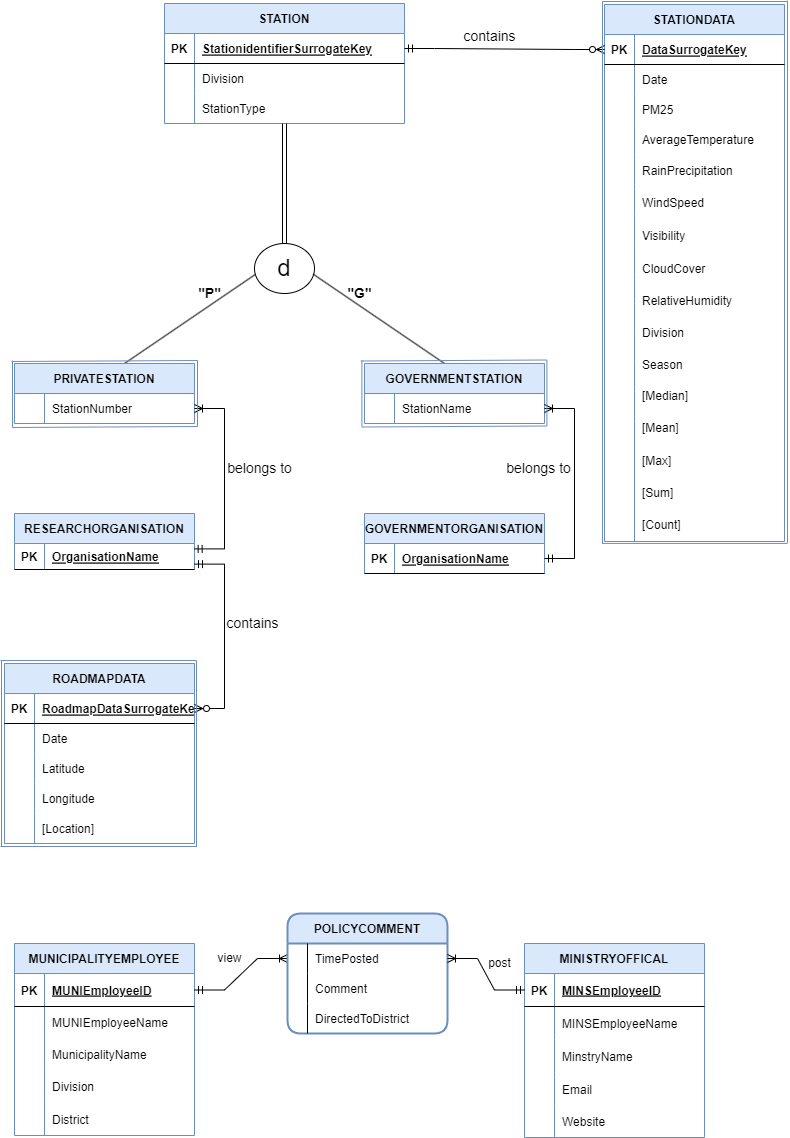
Earlier version of the draw.io export ERDFinal.drawio.png (toushifhossain1/AirQualityMonitoringOfBangladesh). Source tidied: cells renumbered, new cells last; positions are measured from the earlier drawing's top-left corner, leaving out a move shared by most shapes.
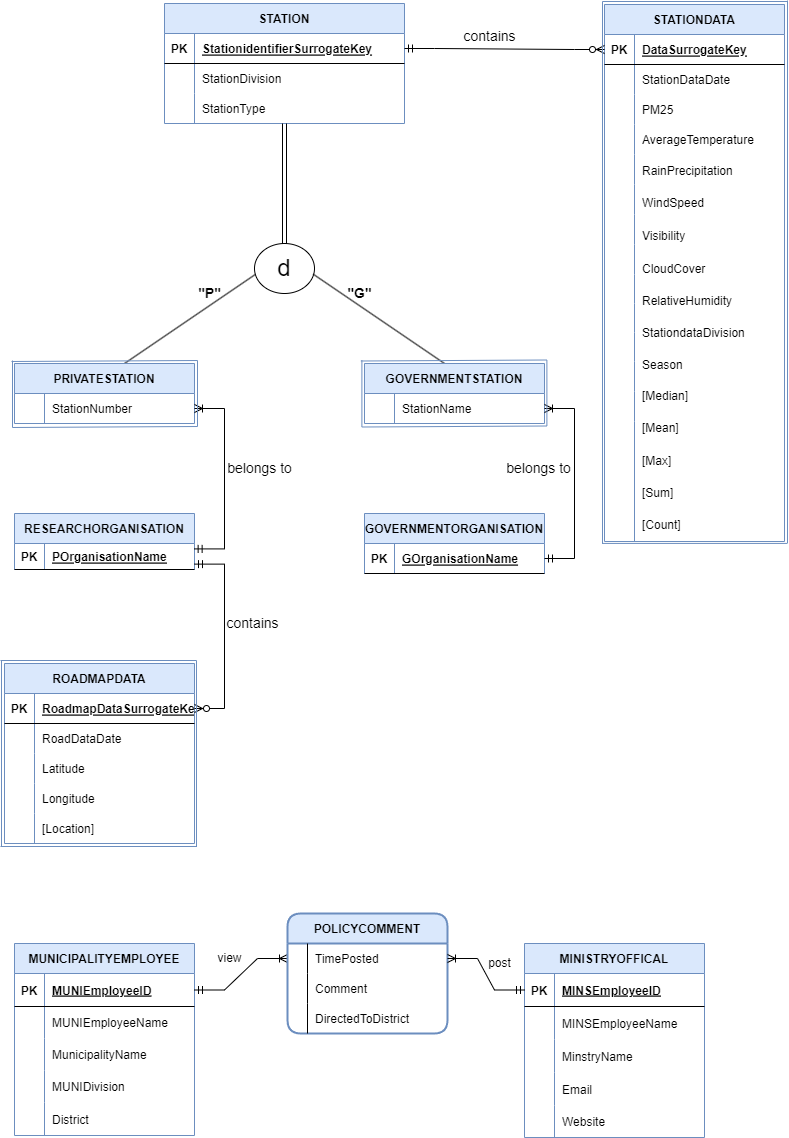
The same diagram one commit later.

Diff of the diagram source:
```diff
@@ -38,7 +38,7 @@
     <mxCell id="13" style="shape=partialRectangle;fillColor=none;top=0;left=0;bottom=0;right=0;overflow=hidden;" parent="12" vertex="1">
       <mxGeometry width="30" height="32" as="geometry" />
     </mxCell>
-    <mxCell id="14" value="Division" style="shape=partialRectangle;fillColor=none;top=0;left=0;bottom=0;right=0;align=left;spacingLeft=6;overflow=hidden;" parent="12" vertex="1">
+    <mxCell id="14" value="MUNIDivision" style="shape=partialRectangle;fillColor=none;top=0;left=0;bottom=0;right=0;align=left;spacingLeft=6;overflow=hidden;" parent="12" vertex="1">
       <mxGeometry x="30" width="150" height="32" as="geometry" />
     </mxCell>
     <mxCell id="15" style="shape=tableRow;horizontal=0;startSize=0;swimlaneHead=0;swimlaneBody=0;fillColor=none;top=0;left=0;right=0;bottom=0;" parent="2" vertex="1">
@@ -161,7 +161,7 @@
     <mxCell id="54" style="shape=partialRectangle;fillColor=none;top=0;left=0;bottom=0;right=0;overflow=hidden;" parent="53" vertex="1">
       <mxGeometry width="30" height="30" as="geometry" />
     </mxCell>
-    <mxCell id="55" value="Division" style="shape=partialRectangle;fillColor=none;top=0;left=0;bottom=0;right=0;align=left;spacingLeft=6;overflow=hidden;" parent="53" vertex="1">
+    <mxCell id="55" value="StationDivision" style="shape=partialRectangle;fillColor=none;top=0;left=0;bottom=0;right=0;align=left;spacingLeft=6;overflow=hidden;" parent="53" vertex="1">
       <mxGeometry x="30" width="210" height="30" as="geometry" />
     </mxCell>
     <mxCell id="56" style="shape=tableRow;horizontal=0;startSize=0;swimlaneHead=0;swimlaneBody=0;fillColor=none;top=0;left=0;right=0;bottom=0;" parent="49" vertex="1">
@@ -191,7 +191,7 @@
     <mxCell id="64" style="shape=partialRectangle;fillColor=none;top=0;left=0;bottom=0;right=0;overflow=hidden;" parent="63" vertex="1">
       <mxGeometry width="30" height="30" as="geometry" />
     </mxCell>
-    <mxCell id="65" value="Date" style="shape=partialRectangle;fillColor=none;top=0;left=0;bottom=0;right=0;align=left;spacingLeft=6;overflow=hidden;" parent="63" vertex="1">
+    <mxCell id="65" value="StationDataDate" style="shape=partialRectangle;fillColor=none;top=0;left=0;bottom=0;right=0;align=left;spacingLeft=6;overflow=hidden;" parent="63" vertex="1">
       <mxGeometry x="30" width="150" height="30" as="geometry" />
     </mxCell>
     <mxCell id="66" style="shape=tableRow;horizontal=0;startSize=0;swimlaneHead=0;swimlaneBody=0;fillColor=none;top=0;left=0;right=0;bottom=0;strokeColor=#6C8EBF;" parent="59" vertex="1">
@@ -354,7 +354,7 @@
     <mxCell id="117" value="PK" style="shape=partialRectangle;fillColor=none;top=0;left=0;bottom=0;right=0;fontStyle=1;overflow=hidden;" parent="116" vertex="1">
       <mxGeometry width="30" height="26" as="geometry" />
     </mxCell>
-    <mxCell id="118" value="OrganisationName" style="shape=partialRectangle;fillColor=none;top=0;left=0;bottom=0;right=0;align=left;spacingLeft=6;fontStyle=5;overflow=hidden;" parent="116" vertex="1">
+    <mxCell id="118" value="POrganisationName" style="shape=partialRectangle;fillColor=none;top=0;left=0;bottom=0;right=0;align=left;spacingLeft=6;fontStyle=5;overflow=hidden;" parent="116" vertex="1">
       <mxGeometry x="30" width="150" height="26" as="geometry" />
     </mxCell>
     <mxCell id="119" value="ROADMAPDATA" style="shape=table;startSize=30;rowLines=0;fontStyle=1;align=center;fillColor=#DAE8FC;strokeColor=#6C8EBF;" parent="1" vertex="1">
@@ -375,7 +375,7 @@
     <mxCell id="124" style="shape=partialRectangle;fillColor=none;top=0;left=0;bottom=0;right=0;overflow=hidden;" parent="123" vertex="1">
       <mxGeometry width="30" height="30" as="geometry" />
     </mxCell>
-    <mxCell id="125" value="Date" style="shape=partialRectangle;fillColor=none;top=0;left=0;bottom=0;right=0;align=left;spacingLeft=6;overflow=hidden;" parent="123" vertex="1">
+    <mxCell id="125" value="RoadDataDate" style="shape=partialRectangle;fillColor=none;top=0;left=0;bottom=0;right=0;align=left;spacingLeft=6;overflow=hidden;" parent="123" vertex="1">
       <mxGeometry x="30" width="160" height="30" as="geometry" />
     </mxCell>
     <mxCell id="126" style="shape=tableRow;horizontal=0;startSize=0;swimlaneHead=0;swimlaneBody=0;fillColor=none;top=0;left=0;right=0;bottom=0;" parent="119" vertex="1">
@@ -429,7 +429,7 @@
     <mxCell id="142" value="PK" style="shape=partialRectangle;fillColor=none;top=0;left=0;bottom=0;right=0;fontStyle=1;overflow=hidden;" parent="141" vertex="1">
       <mxGeometry width="30" height="30" as="geometry" />
     </mxCell>
-    <mxCell id="143" value="OrganisationName" style="shape=partialRectangle;fillColor=none;top=0;left=0;bottom=0;right=0;align=left;spacingLeft=6;fontStyle=5;overflow=hidden;" parent="141" vertex="1">
+    <mxCell id="143" value="GOrganisationName" style="shape=partialRectangle;fillColor=none;top=0;left=0;bottom=0;right=0;align=left;spacingLeft=6;fontStyle=5;overflow=hidden;" parent="141" vertex="1">
       <mxGeometry x="30" width="150" height="30" as="geometry" />
     </mxCell>
     <mxCell id="144" style="edgeStyle=entityRelationEdgeStyle;fontSize=12;html=1;endArrow=ERoneToMany;startArrow=ERmandOne;rounded=0;entryX=1;entryY=0.5;entryDx=0;entryDy=0;" parent="1" edge="1" source="141" target="112">
@@ -450,7 +450,7 @@
     <mxCell id="149" value="RelativeHumidity" style="shape=partialRectangle;fillColor=none;top=0;left=0;bottom=0;right=0;align=left;spacingLeft=6;overflow=hidden;" parent="1" vertex="1">
       <mxGeometry x="634" y="283" width="150" height="33" as="geometry" />
     </mxCell>
-    <mxCell id="150" value="Division" style="shape=partialRectangle;fillColor=none;top=0;left=0;bottom=0;right=0;align=left;spacingLeft=6;overflow=hidden;" parent="1" vertex="1">
+    <mxCell id="150" value="StationdataDivision" style="shape=partialRectangle;fillColor=none;top=0;left=0;bottom=0;right=0;align=left;spacingLeft=6;overflow=hidden;" parent="1" vertex="1">
       <mxGeometry x="634" y="315" width="150" height="33" as="geometry" />
     </mxCell>
     <mxCell id="151" value="Season" style="shape=partialRectangle;fillColor=none;top=0;left=0;bottom=0;right=0;align=left;spacingLeft=6;overflow=hidden;" parent="1" vertex="1">
```
